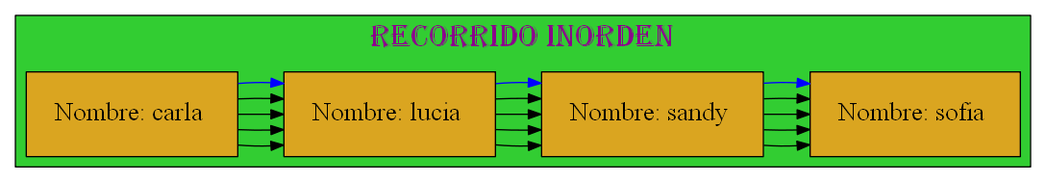
The Graphviz diagram Graficas/Recorrido_Inorden.dot.png in mariotun/EDD_1S2020_PY1_201602942, before a commit. Its source is kept beside it as Graficas/Recorrido_Inorden.dot. Its diagram source:
```dot
digraph Inorder_Traversal{

graph[ranksep= "0.5",nodesep= "0.5"];subgraph cluster_3{

label="Recorrido Inorden";
labelloc=t;
fontcolor=magenta4;
fontname=algerian;
fontsize=25;
style=filled;
fillcolor=limegreen;

node[margin=0.3 shape=box style=filled fontcolor=black fillcolor=goldenrod fontsize=20];
{rank=same;

25770483920[label="Nombre: carla " ];
25770483392[label="Nombre: lucia " ];
25770483664[label="Nombre: sandy " ];
25770483232[label="Nombre: sofia " ];
};
25770483920 -> 25770483392 -> 25770483664 -> 25770483232 25770483920 -> 25770483392 -> 25770483664 -> 25770483232 25770483920 -> 25770483392 -> 25770483664 -> 25770483232 25770483920 -> 25770483392 -> 25770483664 -> 25770483232 25770483920 -> 25770483392 -> 25770483664 -> 25770483232

[color=blue ];
}

}
```
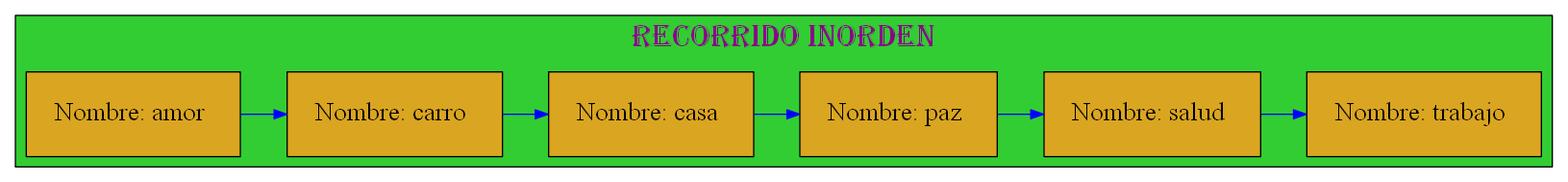
Above is the later version.

Diff of the diagram source:
```diff
@@ -13,12 +13,14 @@
 node[margin=0.3 shape=box style=filled fontcolor=black fillcolor=goldenrod fontsize=20];
 {rank=same;
 
-25770483920[label="Nombre: carla " ];
-25770483392[label="Nombre: lucia " ];
-25770483664[label="Nombre: sandy " ];
-25770483232[label="Nombre: sofia " ];
+25770476704[label="Nombre: amor " ];
+25770476048[label="Nombre: carro " ];
+25770475840[label="Nombre: casa " ];
+25770477264[label="Nombre: paz " ];
+25770476256[label="Nombre: salud " ];
+25770476448[label="Nombre: trabajo " ];
 };
-25770483920 -> 25770483392 -> 25770483664 -> 25770483232 25770483920 -> 25770483392 -> 25770483664 -> 25770483232 25770483920 -> 25770483392 -> 25770483664 -> 25770483232 25770483920 -> 25770483392 -> 25770483664 -> 25770483232 25770483920 -> 25770483392 -> 25770483664 -> 25770483232
+25770476704 -> 25770476048 -> 25770475840 -> 25770477264 -> 25770476256 -> 25770476448
 
 [color=blue ];
 }
```
